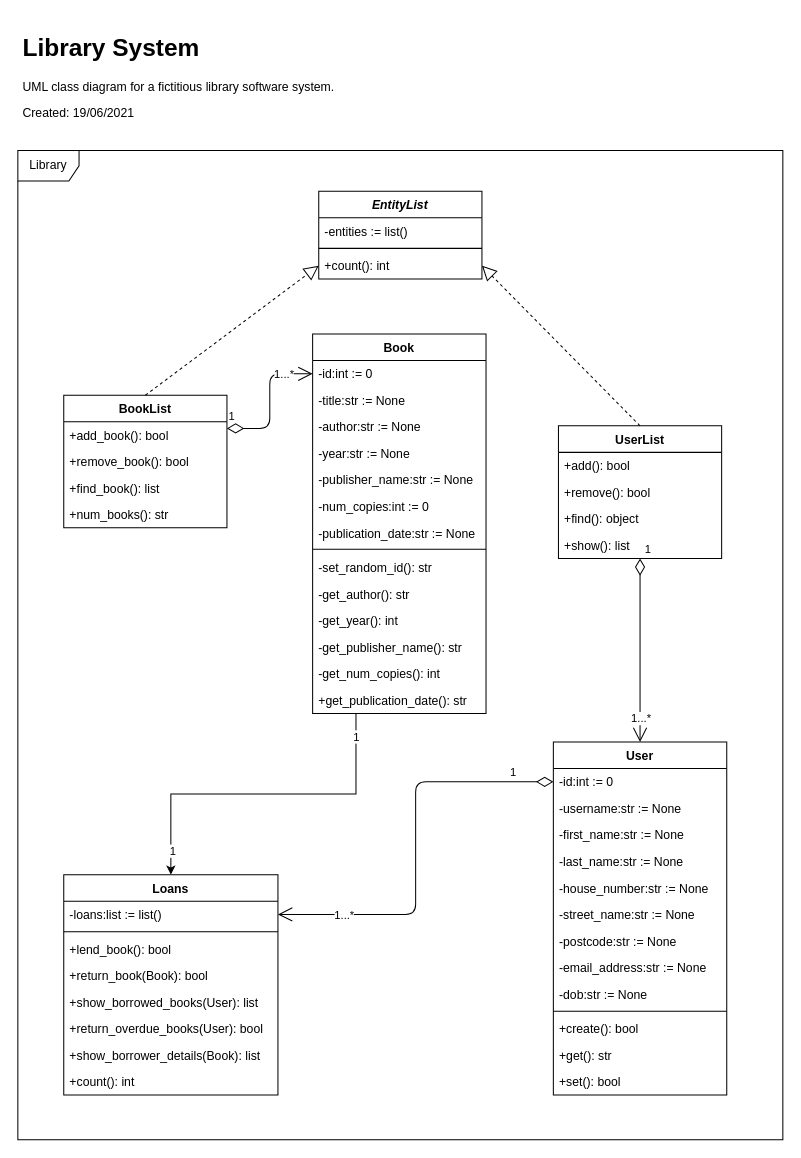
This is class_diagram.drawio from Chrisu892/Simple-Library-System, a draw.io file, before an edit. Source tidied: cells renumbered, new cells numbered last; positions are measured from the earlier drawing's top-left corner, leaving out a move shared by most shapes. Both pictures are drawn from the tidied source at 102%, with x=0, y=0 at pixel (17, 28).
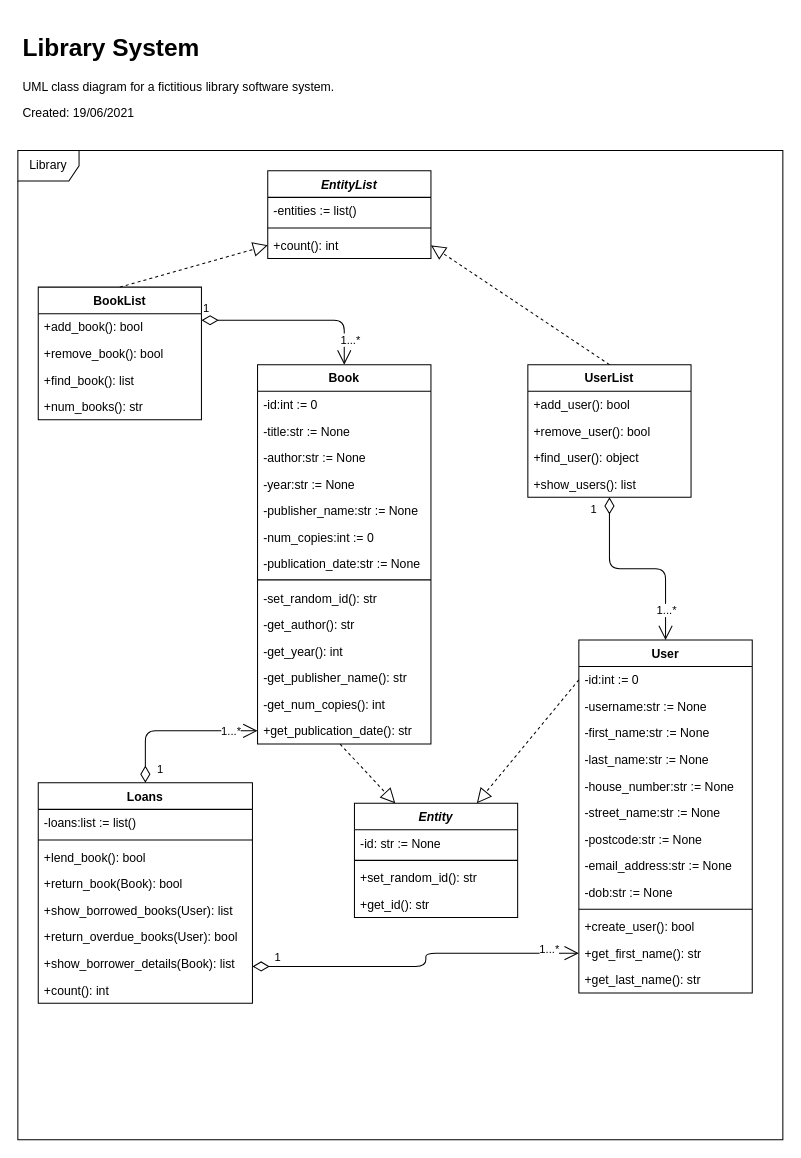
The same diagram, later.

Commit message (it also covers changes not shown here):
update Class Diagram, Book and User Classes

Unchanged cells that the change refers to:
```xml
<mxCell id="7" value="-id:int := 0" style="text;align=left;verticalAlign=top;spacingLeft=4;spacingRight=4;overflow=hidden;points=[[0,0.5],[1,0.5]];portConstraint=eastwest;" parent="6" vertex="1">
  <mxGeometry y="26" width="170" height="26" as="geometry" />
</mxCell>
<mxCell id="20" value="+get_publication_date(): str" style="text;align=left;verticalAlign=top;spacingLeft=4;spacingRight=4;overflow=hidden;points=[[0,0.5],[1,0.5]];portConstraint=eastwest;" parent="6" vertex="1">
  <mxGeometry y="346" width="170" height="26" as="geometry" />
</mxCell>
<mxCell id="22" value="-id:int := 0" style="text;align=left;verticalAlign=top;spacingLeft=4;spacingRight=4;overflow=hidden;points=[[0,0.5],[1,0.5]];portConstraint=eastwest;" parent="21" vertex="1">
  <mxGeometry y="26" width="170" height="26" as="geometry" />
</mxCell>
<mxCell id="46" value="-loans:list := list()" style="text;align=left;verticalAlign=top;spacingLeft=4;spacingRight=4;overflow=hidden;points=[[0,0.5],[1,0.5]];portConstraint=eastwest;" parent="45" vertex="1">
  <mxGeometry y="26" width="210" height="26" as="geometry" />
</mxCell>
```

Change to the diagram source:
```diff
@@
-    <mxCell id="3" style="edgeStyle=orthogonalEdgeStyle;rounded=0;jettySize=auto;html=1;exitX=0.25;exitY=1;exitDx=0;exitDy=0;entryX=0.5;entryY=0;entryDx=0;entryDy=0;" parent="1" edge="1" source="6" target="45">
-      <mxGeometry relative="1" as="geometry" />
-    </mxCell>
-    <mxCell id="4" value="1" style="edgeLabel;html=1;align=center;verticalAlign=middle;" parent="3" vertex="1">
-      <mxGeometry x="-0.87" y="1" relative="1" as="geometry">
-        <mxPoint x="-1" as="offset" />
-      </mxGeometry>
-    </mxCell>
-    <mxCell id="5" value="1" style="edgeLabel;html=1;align=center;verticalAlign=middle;" parent="3" vertex="1">
-      <mxGeometry x="0.86" y="1" relative="1" as="geometry" />
-    </mxCell>
     <mxCell id="6" value="Book" style="swimlane;fontStyle=1;align=center;verticalAlign=top;horizontal=1;startSize=26;rounded=0;shadow=0;strokeWidth=1;" parent="1" vertex="1">
-      <mxGeometry x="289" y="300" width="170" height="372" as="geometry" />
+      <mxGeometry x="235" y="330" width="170" height="372" as="geometry" />
     </mxCell>
@@
     <mxCell id="21" value="User" style="swimlane;fontStyle=1;align=center;verticalAlign=top;horizontal=1;startSize=26;rounded=0;shadow=0;strokeWidth=1;" parent="1" vertex="1">
-      <mxGeometry x="525" y="700" width="170" height="346" as="geometry" />
+      <mxGeometry x="550" y="600" width="170" height="346" as="geometry" />
     </mxCell>
@@
-    <mxCell id="32" value="+create(): bool" style="text;align=left;verticalAlign=top;spacingLeft=4;spacingRight=4;overflow=hidden;" parent="21" vertex="1">
+    <mxCell id="32" value="+create_user(): bool" style="text;align=left;verticalAlign=top;spacingLeft=4;spacingRight=4;overflow=hidden;" parent="21" vertex="1">
       <mxGeometry y="268" width="170" height="26" as="geometry" />
     </mxCell>
-    <mxCell id="33" value="+get(): str" style="text;align=left;verticalAlign=top;spacingLeft=4;spacingRight=4;overflow=hidden;points=[[0,0.5],[1,0.5]];portConstraint=eastwest;" parent="21" vertex="1">
+    <mxCell id="33" value="+get_first_name(): str" style="text;align=left;verticalAlign=top;spacingLeft=4;spacingRight=4;overflow=hidden;points=[[0,0.5],[1,0.5]];portConstraint=eastwest;" parent="21" vertex="1">
       <mxGeometry y="294" width="170" height="26" as="geometry" />
     </mxCell>
-    <mxCell id="34" value="+set(): bool" style="text;align=left;verticalAlign=top;spacingLeft=4;spacingRight=4;overflow=hidden;" parent="21" vertex="1">
-      <mxGeometry y="320" width="170" height="26" as="geometry" />
-    </mxCell>
+    <mxCell id="67" value="+get_last_name(): str" style="text;align=left;verticalAlign=top;spacingLeft=4;spacingRight=4;overflow=hidden;" parent="21" vertex="1">
+      <mxGeometry y="320" width="170" height="26" as="geometry" />
+    </mxCell>
     <mxCell id="35" value="UserList" style="swimlane;fontStyle=1;align=center;verticalAlign=top;horizontal=1;startSize=26;rounded=0;shadow=0;strokeWidth=1;" parent="1" vertex="1">
-      <mxGeometry x="530" y="390" width="160" height="130" as="geometry" />
+      <mxGeometry x="500" y="330" width="160" height="130" as="geometry" />
     </mxCell>
-    <mxCell id="36" value="+add(): bool" style="text;align=left;verticalAlign=top;spacingLeft=4;spacingRight=4;overflow=hidden;" parent="35" vertex="1">
+    <mxCell id="36" value="+add_user(): bool" style="text;align=left;verticalAlign=top;spacingLeft=4;spacingRight=4;overflow=hidden;" parent="35" vertex="1">
       <mxGeometry y="26" width="160" height="26" as="geometry" />
     </mxCell>
-    <mxCell id="37" value="+remove(): bool" style="text;align=left;verticalAlign=top;spacingLeft=4;spacingRight=4;overflow=hidden;" parent="35" vertex="1">
+    <mxCell id="37" value="+remove_user(): bool" style="text;align=left;verticalAlign=top;spacingLeft=4;spacingRight=4;overflow=hidden;" parent="35" vertex="1">
       <mxGeometry y="52" width="160" height="26" as="geometry" />
     </mxCell>
-    <mxCell id="38" value="+find(): object" style="text;align=left;verticalAlign=top;spacingLeft=4;spacingRight=4;overflow=hidden;" parent="35" vertex="1">
+    <mxCell id="38" value="+find_user(): object" style="text;align=left;verticalAlign=top;spacingLeft=4;spacingRight=4;overflow=hidden;" parent="35" vertex="1">
       <mxGeometry y="78" width="160" height="26" as="geometry" />
     </mxCell>
-    <mxCell id="39" value="+show(): list" style="text;align=left;verticalAlign=top;spacingLeft=4;spacingRight=4;overflow=hidden;" parent="35" vertex="1">
+    <mxCell id="39" value="+show_users(): list" style="text;align=left;verticalAlign=top;spacingLeft=4;spacingRight=4;overflow=hidden;" parent="35" vertex="1">
       <mxGeometry y="104" width="160" height="26" as="geometry" />
     </mxCell>
     <mxCell id="40" value="BookList" style="swimlane;fontStyle=1;align=center;verticalAlign=top;horizontal=1;startSize=26;rounded=0;shadow=0;strokeWidth=1;" parent="1" vertex="1">
-      <mxGeometry x="45" y="360" width="160" height="130" as="geometry" />
+      <mxGeometry x="20" y="254" width="160" height="130" as="geometry" />
     </mxCell>
@@
     <mxCell id="45" value="Loans" style="swimlane;fontStyle=1;align=center;verticalAlign=top;horizontal=1;startSize=26;rounded=0;shadow=0;strokeWidth=1;" parent="1" vertex="1">
-      <mxGeometry x="45" y="830" width="210" height="216" as="geometry" />
+      <mxGeometry x="20" y="740" width="210" height="216" as="geometry" />
     </mxCell>
@@
-    <mxCell id="55" value="1" style="endArrow=open;html=1;endSize=12;startArrow=diamondThin;startSize=14;startFill=0;edgeStyle=orthogonalEdgeStyle;align=left;verticalAlign=bottom;exitX=1;exitY=0.25;exitDx=0;exitDy=0;entryX=0;entryY=0.5;entryDx=0;entryDy=0;" parent="1" edge="1" source="40" target="7">
+    <mxCell id="55" value="1" style="endArrow=open;html=1;endSize=12;startArrow=diamondThin;startSize=14;startFill=0;edgeStyle=orthogonalEdgeStyle;align=left;verticalAlign=bottom;exitX=1;exitY=0.25;exitDx=0;exitDy=0;entryX=0.5;entryY=0;entryDx=0;entryDy=0;" parent="1" edge="1" source="40" target="6">
       <mxGeometry x="-1" y="3" relative="1" as="geometry" />
     </mxCell>
     <mxCell id="56" value="1...*" style="edgeLabel;html=1;align=center;verticalAlign=middle;" parent="55" vertex="1">
       <mxGeometry x="0.64" y="-1" relative="1" as="geometry">
-        <mxPoint x="-4" y="-1" as="offset" />
+        <mxPoint x="6" y="9" as="offset" />
       </mxGeometry>
     </mxCell>
     <mxCell id="57" value="1" style="endArrow=open;html=1;endSize=12;startArrow=diamondThin;startSize=14;startFill=0;edgeStyle=orthogonalEdgeStyle;align=left;verticalAlign=bottom;exitX=0.5;exitY=1;exitDx=0;exitDy=0;entryX=0.5;entryY=0;entryDx=0;entryDy=0;" parent="1" edge="1" source="35" target="21">
-      <mxGeometry x="-1" y="3" relative="1" as="geometry" />
+      <mxGeometry x="-0.78" y="-20" relative="1" as="geometry" />
     </mxCell>
     <mxCell id="58" value="1...*" style="edgeLabel;html=1;align=center;verticalAlign=middle;" parent="57" vertex="1">
       <mxGeometry x="0.81" relative="1" as="geometry">
-        <mxPoint y="-7" as="offset" />
+        <mxPoint y="-11" as="offset" />
       </mxGeometry>
     </mxCell>
     <mxCell id="59" value="EntityList" style="swimlane;fontStyle=3;align=center;verticalAlign=top;horizontal=1;startSize=26;rounded=0;shadow=0;strokeWidth=1;" parent="1" vertex="1">
-      <mxGeometry x="295" y="160" width="160" height="86" as="geometry" />
+      <mxGeometry x="245" y="140" width="160" height="86" as="geometry" />
     </mxCell>
@@
-    <mxCell id="65" value="1" style="endArrow=open;html=1;endSize=12;startArrow=diamondThin;startSize=14;startFill=0;edgeStyle=orthogonalEdgeStyle;align=left;verticalAlign=bottom;exitX=0;exitY=0.5;exitDx=0;exitDy=0;entryX=1;entryY=0.5;entryDx=0;entryDy=0;" parent="1" edge="1" source="22" target="46">
-      <mxGeometry x="-0.78" relative="1" as="geometry" />
+    <mxCell id="65" value="1" style="endArrow=open;html=1;endSize=12;startArrow=diamondThin;startSize=14;startFill=0;edgeStyle=orthogonalEdgeStyle;align=left;verticalAlign=bottom;entryX=0;entryY=0.5;entryDx=0;entryDy=0;" parent="1" edge="1" target="33">
+      <mxGeometry x="-0.88" relative="1" as="geometry">
+        <mxPoint x="230" y="920" as="sourcePoint" />
+        <Array as="points">
+          <mxPoint x="400" y="920" />
+          <mxPoint x="400" y="907" />
+        </Array>
+      </mxGeometry>
     </mxCell>
     <mxCell id="66" value="1...*" style="edgeLabel;html=1;align=center;verticalAlign=middle;" parent="65" vertex="1">
       <mxGeometry x="0.64" y="-1" relative="1" as="geometry">
-        <mxPoint x="-8" y="1" as="offset" />
+        <mxPoint x="30" y="-6" as="offset" />
       </mxGeometry>
     </mxCell>
+    <mxCell id="68" value="1" style="endArrow=open;html=1;endSize=12;startArrow=diamondThin;startSize=14;startFill=0;edgeStyle=orthogonalEdgeStyle;align=left;verticalAlign=bottom;entryX=0;entryY=0.5;entryDx=0;entryDy=0;exitX=0.5;exitY=0;exitDx=0;exitDy=0;" parent="1" edge="1" source="45" target="20">
+      <mxGeometry x="-0.95" y="-10" relative="1" as="geometry" />
+    </mxCell>
+    <mxCell id="69" value="1...*" style="edgeLabel;html=1;align=center;verticalAlign=middle;" parent="68" vertex="1">
+      <mxGeometry x="0.64" y="-1" relative="1" as="geometry">
+        <mxPoint x="2" y="-1" as="offset" />
+      </mxGeometry>
+    </mxCell>
+    <mxCell id="70" value="Entity" style="swimlane;fontStyle=3;align=center;verticalAlign=top;horizontal=1;startSize=26;rounded=0;shadow=0;strokeWidth=1;" parent="1" vertex="1">
+      <mxGeometry x="330" y="760" width="160" height="112" as="geometry" />
+    </mxCell>
+    <mxCell id="71" value="-id: str := None" style="text;align=left;verticalAlign=top;spacingLeft=4;spacingRight=4;overflow=hidden;" parent="70" vertex="1">
+      <mxGeometry y="26" width="160" height="26" as="geometry" />
+    </mxCell>
+    <mxCell id="72" style="line;html=1;strokeWidth=1;align=left;verticalAlign=middle;spacingTop=-1;spacingLeft=3;spacingRight=3;labelPosition=right;" parent="70" vertex="1">
+      <mxGeometry y="52" width="160" height="8" as="geometry" />
+    </mxCell>
+    <mxCell id="73" value="+set_random_id(): str" style="text;align=left;verticalAlign=top;spacingLeft=4;spacingRight=4;overflow=hidden;" parent="70" vertex="1">
+      <mxGeometry y="60" width="160" height="26" as="geometry" />
+    </mxCell>
+    <mxCell id="74" value="+get_id(): str" style="text;align=left;verticalAlign=top;spacingLeft=4;spacingRight=4;overflow=hidden;" parent="70" vertex="1">
+      <mxGeometry y="86" width="160" height="26" as="geometry" />
+    </mxCell>
+    <mxCell id="75" style="endArrow=block;dashed=1;endFill=0;endSize=12;html=1;exitX=0;exitY=0.5;exitDx=0;exitDy=0;entryX=0.75;entryY=0;entryDx=0;entryDy=0;" parent="1" edge="1" source="22" target="70">
+      <mxGeometry relative="1" as="geometry" />
+    </mxCell>
+    <mxCell id="76" style="endArrow=block;dashed=1;endFill=0;endSize=12;html=1;exitX=0.476;exitY=1;exitDx=0;exitDy=0;exitPerimeter=0;entryX=0.25;entryY=0;entryDx=0;entryDy=0;" parent="1" edge="1" source="20" target="70">
+      <mxGeometry relative="1" as="geometry" />
+    </mxCell>
```
